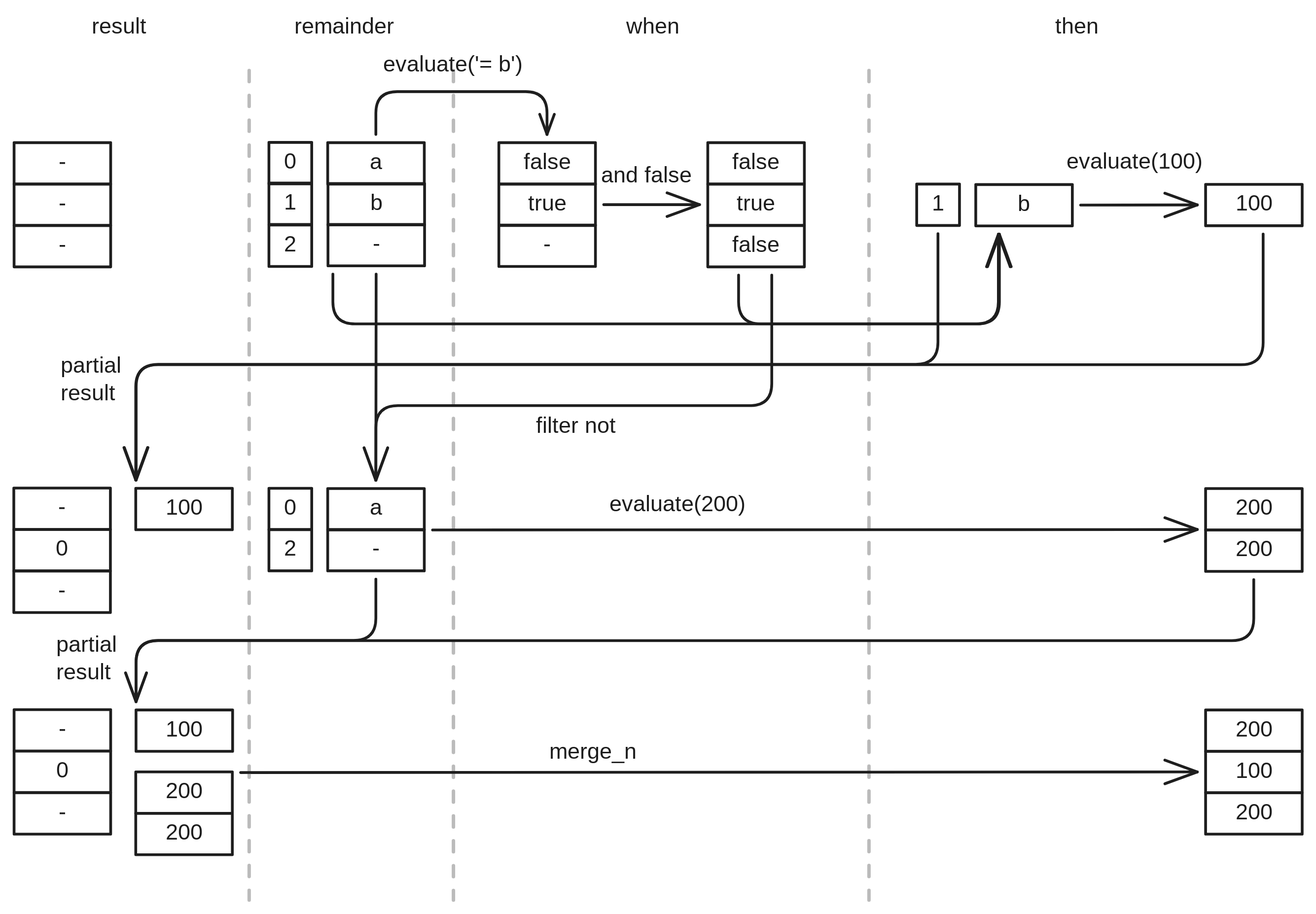
apache/datafusion-site keeps this Excalidraw diagram as content/images/case/merging.svg. Above is the earlier version. Source tidied: one line per element, renumbered; positions are measured from the earlier drawing's top-left corner, leaving out a move shared by most shapes.
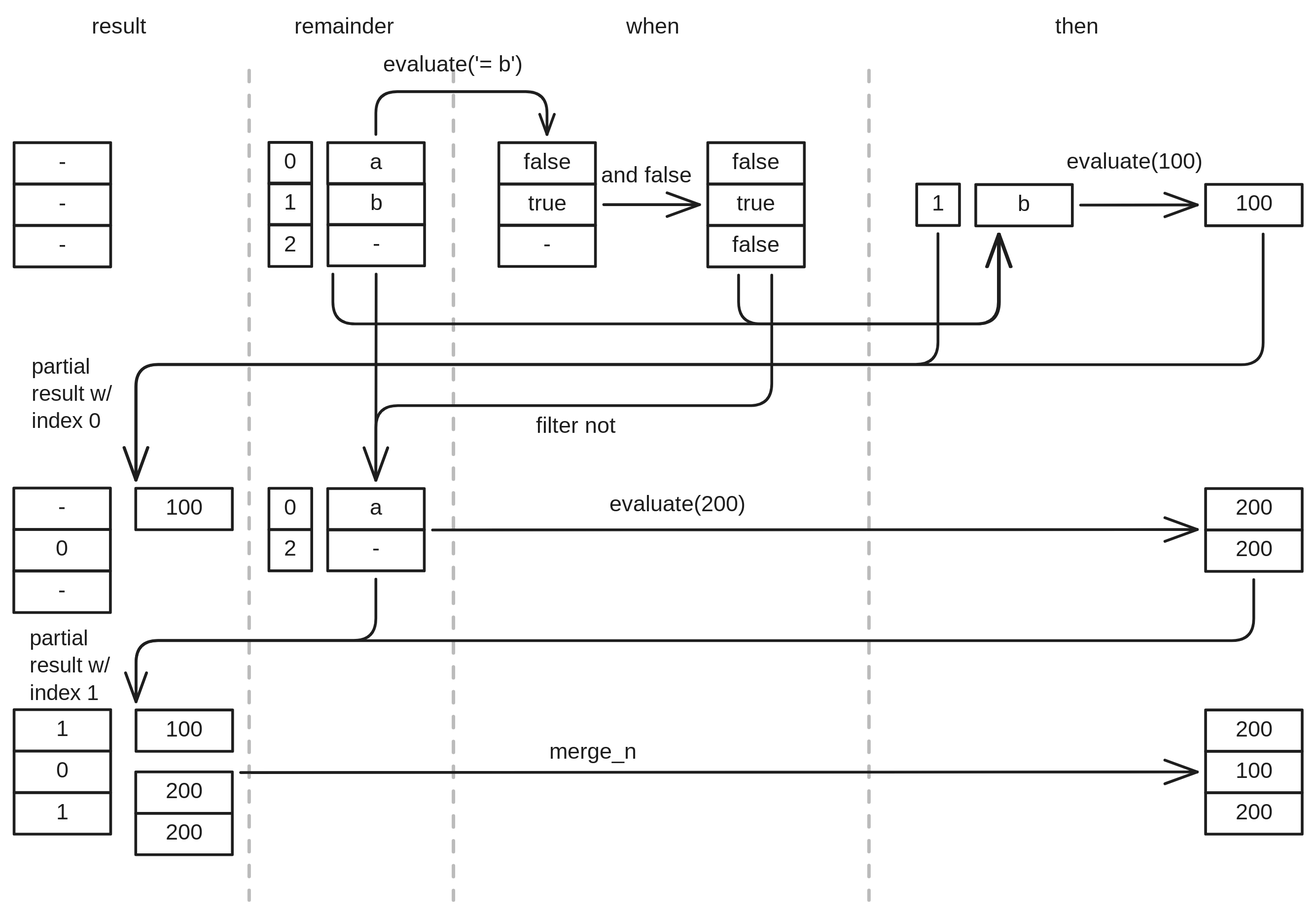
The same diagram one commit later.

Commit message:
Correct index array in merging.svg diagram

What changed in the source:
```diff
@@ -59,11 +59,11 @@
 {"id": 58, "type": "rectangle", "strokeColor": "#1e1e1e", "strokeWidth": 2, "roughness": 0, "x": 88, "y": 579, "width": 70, "height": 30}
 {"id": 59, "type": "text", "text": "200", "strokeColor": "#1e1e1e", "strokeWidth": 2, "roughness": 0, "fontSize": 16, "fontFamily": 5, "textAlign": "center", "verticalAlign": "middle", "inside": 58, "x": 107, "y": 584, "width": 32, "height": 20}
 {"id": 60, "type": "rectangle", "strokeColor": "#1e1e1e", "strokeWidth": 2, "roughness": 0, "x": 0, "y": 504, "width": 70, "height": 30}
-{"id": 61, "type": "text", "text": "-", "strokeColor": "#1e1e1e", "strokeWidth": 2, "roughness": 0, "fontSize": 16, "fontFamily": 5, "textAlign": "center", "verticalAlign": "middle", "inside": 60, "x": 32, "y": 509, "width": 7, "height": 20}
+{"id": 61, "type": "text", "text": "1", "strokeColor": "#1e1e1e", "strokeWidth": 2, "roughness": 0, "fontSize": 16, "fontFamily": 5, "textAlign": "center", "verticalAlign": "middle", "inside": 60, "x": 32, "y": 509, "width": 7, "height": 20}
 {"id": 62, "type": "rectangle", "strokeColor": "#1e1e1e", "strokeWidth": 2, "roughness": 0, "x": 0, "y": 534, "width": 70, "height": 30}
 {"id": 63, "type": "text", "text": "0", "strokeColor": "#1e1e1e", "strokeWidth": 2, "roughness": 0, "fontSize": 16, "fontFamily": 5, "textAlign": "center", "verticalAlign": "middle", "inside": 62, "x": 30, "y": 539, "width": 11, "height": 20}
 {"id": 64, "type": "rectangle", "strokeColor": "#1e1e1e", "strokeWidth": 2, "roughness": 0, "x": 0, "y": 564, "width": 70, "height": 30}
-{"id": 65, "type": "text", "text": "-", "strokeColor": "#1e1e1e", "strokeWidth": 2, "roughness": 0, "fontSize": 16, "fontFamily": 5, "textAlign": "center", "verticalAlign": "middle", "inside": 64, "x": 32, "y": 569, "width": 7, "height": 20}
+{"id": 65, "type": "text", "text": "1", "strokeColor": "#1e1e1e", "strokeWidth": 2, "roughness": 0, "fontSize": 16, "fontFamily": 5, "textAlign": "center", "verticalAlign": "middle", "inside": 64, "x": 32, "y": 569, "width": 7, "height": 20}
 {"id": 66, "type": "rectangle", "strokeColor": "#1e1e1e", "strokeWidth": 2, "roughness": 0, "x": 89, "y": 504, "width": 70, "height": 30}
 {"id": 67, "type": "text", "text": "100", "strokeColor": "#1e1e1e", "strokeWidth": 2, "roughness": 0, "fontSize": 16, "fontFamily": 5, "textAlign": "center", "verticalAlign": "middle", "inside": 66, "x": 109, "y": 509, "width": 28, "height": 20}
 {"id": 68, "type": "rectangle", "strokeColor": "#1e1e1e", "strokeWidth": 2, "roughness": 0, "x": 863, "y": 504, "width": 70, "height": 30}
@@ -93,10 +93,10 @@
 {"id": 92, "type": "text", "text": "when", "strokeColor": "#1e1e1e", "strokeWidth": 2, "strokeStyle": "dashed", "roughness": 0, "fontSize": 16, "fontFamily": 5, "x": 443, "y": 0, "width": 37, "height": 20}
 {"id": 93, "type": "text", "text": "then", "strokeColor": "#1e1e1e", "strokeWidth": 2, "strokeStyle": "dashed", "roughness": 0, "fontSize": 16, "fontFamily": 5, "x": 754, "y": 0, "width": 35, "height": 20}
 {"id": 94, "type": "text", "text": "filter not", "strokeColor": "#1e1e1e", "strokeWidth": 2, "strokeStyle": "dashed", "roughness": 0, "fontSize": 16, "fontFamily": 5, "x": 378, "y": 290, "width": 73, "height": 20}
-{"id": 95, "type": "text", "text": "partial\nresult", "strokeColor": "#1e1e1e", "strokeWidth": 2, "strokeStyle": "dashed", "roughness": 0, "fontSize": 16, "fontFamily": 5, "x": 34, "y": 246, "width": 50, "height": 40}
+{"id": 95, "type": "text", "text": "partial\nresult w/\nindex 0", "strokeColor": "#1e1e1e", "strokeWidth": 2, "strokeStyle": "dashed", "roughness": 0, "fontSize": 15.75, "fontFamily": 5, "x": 13, "y": 247, "width": 70, "height": 59}
-{"id": 96, "type": "text", "text": "partial\nresult", "strokeColor": "#1e1e1e", "strokeWidth": 2, "strokeStyle": "dashed", "roughness": 0, "fontSize": 16, "fontFamily": 5, "x": 31, "y": 448, "width": 50, "height": 40}
 {"id": 97, "type": "text", "text": "merge_n", "strokeColor": "#1e1e1e", "strokeWidth": 2, "strokeStyle": "dashed", "roughness": 0, "fontSize": 16, "fontFamily": 5, "x": 388, "y": 525, "width": 62, "height": 20}
 {"id": 98, "type": "text", "text": "evaluate(200)", "strokeColor": "#1e1e1e", "strokeWidth": 2, "strokeStyle": "dashed", "roughness": 0, "fontSize": 16, "fontFamily": 5, "x": 432, "y": 346, "width": 110, "height": 20}
 {"id": 99, "type": "text", "text": "evaluate(100)", "strokeColor": "#1e1e1e", "strokeWidth": 2, "strokeStyle": "dashed", "roughness": 0, "fontSize": 16, "fontFamily": 5, "x": 763, "y": 98, "width": 106, "height": 20}
 {"id": 100, "type": "text", "text": "and false", "strokeColor": "#1e1e1e", "strokeWidth": 2, "strokeStyle": "dashed", "roughness": 0, "fontSize": 16, "fontFamily": 5, "x": 426, "y": 108, "width": 72, "height": 20}
 {"id": 101, "type": "text", "text": "evaluate('= b')", "strokeColor": "#1e1e1e", "strokeWidth": 2, "strokeStyle": "dashed", "roughness": 0, "fontSize": 16, "fontFamily": 5, "x": 268, "y": 28, "width": 109, "height": 20}
+{"id": 102, "type": "text", "text": "partial\nresult w/\nindex 1", "strokeColor": "#1e1e1e", "strokeWidth": 2, "strokeStyle": "dashed", "roughness": 0, "fontSize": 15.75, "fontFamily": 5, "x": 11, "y": 444, "width": 70, "height": 59}
```
